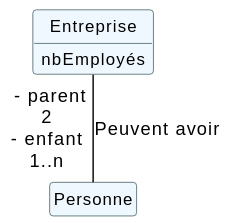
This is dc.svg from IUT-Blagnac/r2-01-conception-td5-Chaounne, a PlantUML export, as it was before one commit.
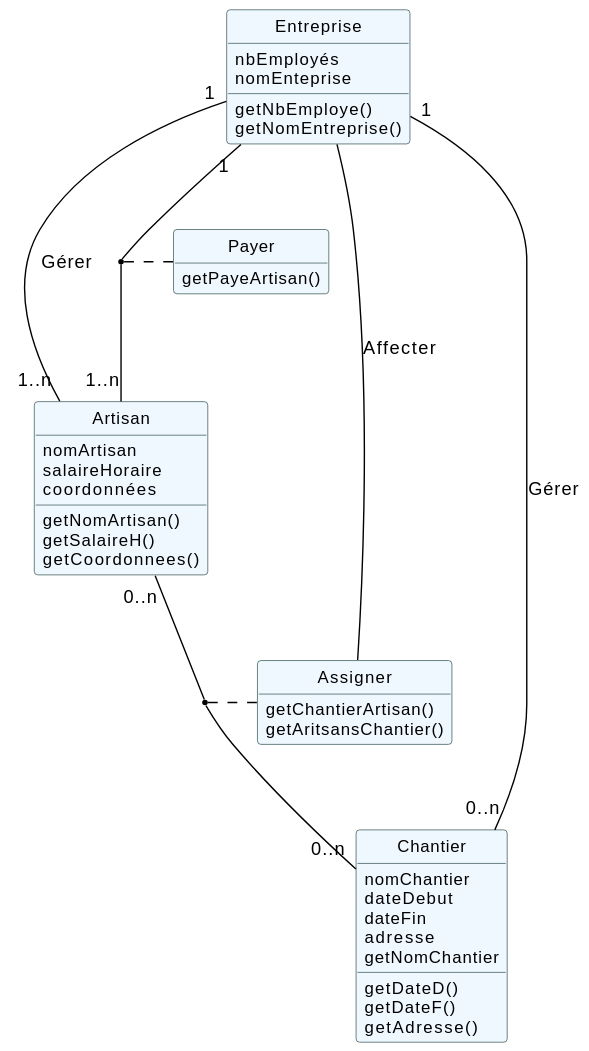
Later version of the same file.

Change to the diagram source:
```diff
@@ -22,7 +22,44 @@
 
 class Entreprise {
     nbEmployés
+	nomEnteprise
 }
+Entreprise : getNbEmploye()
+Entreprise : getNomEntreprise()
 
-Entreprise " - parent\n2" -- "- enfant\n1..n" Personne : "Peuvent avoir"
+
+class Artisan{
+	nomArtisan
+	salaireHoraire
+	coordonnées
+}
+Artisan : getNomArtisan()
+Artisan : getSalaireH()
+Artisan : getCoordonnees()
+
+class Chantier{
+	nomChantier
+	dateDebut
+	dateFin
+	adresse
+}
+Chantier : getDateD()
+Chantier : getDateF()
+Chantier : getAdresse()
+Chantier : getNomChantier
+
+Payer : getPayeArtisan()
+
+Assigner : getChantierArtisan()
+Assigner : getAritsansChantier()
+
+Entreprise  "1"-- "0..n" Chantier: "Gérer"
+Entreprise  "1"-- "1..n" Artisan: "Gérer"
+Artisan "0..n" -- "0..n"Chantier
+(Artisan,Chantier) .. Assigner
+Entreprise -- Assigner : "Affecter"
+Entreprise"1" -- "1..n"Artisan
+(Entreprise,Artisan) ..Payer
+
+
 @enduml
```
